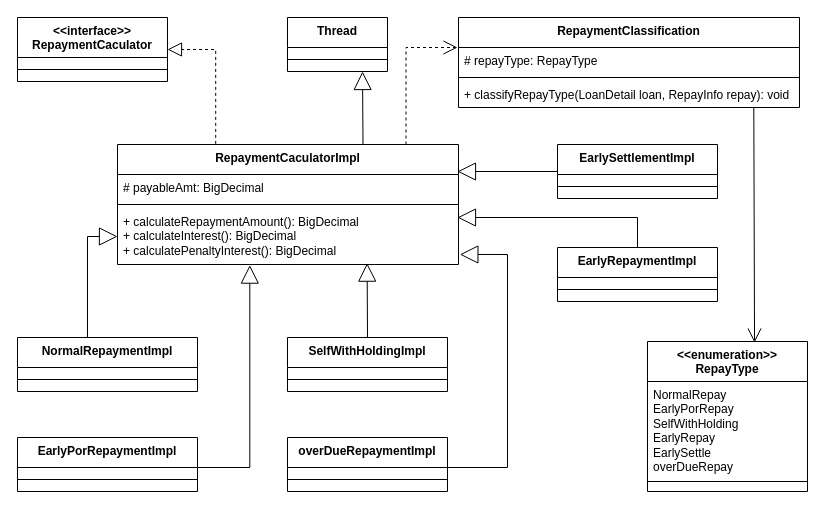
The draw.io diagram 还款试算类图.drawio in wuxiao-web/graduationThesis, before the edit. Source tidied: cells renumbered, new cells numbered last; positions are measured from the earlier drawing's top-left corner, leaving out a move shared by most shapes. Both pictures are drawn from the tidied source at 100%, with x=0, y=0 at pixel (17, 17).
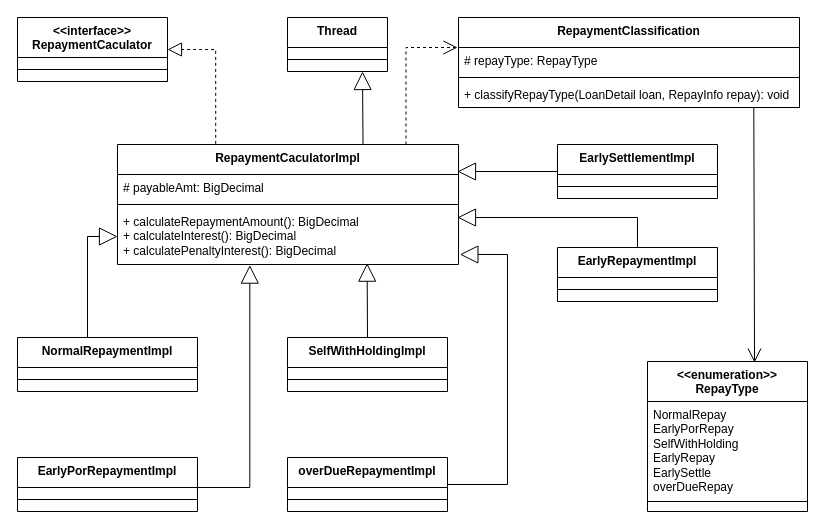
Above is the later version.

Commit message:
更新还款试算类图.drawio

The change refers to these unchanged cells:
```xml
<mxCell id="7" value="+&amp;nbsp;calculateRepaymentAmount(): BigDecimal&lt;br&gt;+ calculateInterest(): BigDecimal&lt;br&gt;+ calculatePenaltyInterest(): BigDecimal" style="text;strokeColor=none;fillColor=none;align=left;verticalAlign=top;spacingLeft=4;spacingRight=4;overflow=hidden;points=[[0,0.5],[1,0.5]];portConstraint=eastwest;whiteSpace=wrap;html=1;" parent="4" vertex="1">
  <mxGeometry y="64" width="341" height="56" as="geometry" />
</mxCell>
```

The edit, as a diff of the source:
```diff
@@
     <mxCell id="17" value="&lt;b style=&quot;border-color: var(--border-color);&quot;&gt;&amp;lt;&amp;lt;enumeration&amp;gt;&amp;gt;&lt;br style=&quot;border-color: var(--border-color);&quot;&gt;RepayType&lt;br&gt;&lt;/b&gt;" style="swimlane;fontStyle=1;align=center;verticalAlign=top;horizontal=1;startSize=40;whiteSpace=wrap;html=1;" parent="1" vertex="1">
-      <mxGeometry x="630" y="324" width="160" height="150" as="geometry" />
+      <mxGeometry x="630" y="344" width="160" height="150" as="geometry" />
     </mxCell>
@@
     <mxCell id="23" value="EarlyPorRepaymentImpl" style="swimlane;fontStyle=1;align=center;verticalAlign=top;horizontal=1;startSize=30;whiteSpace=wrap;html=1;" parent="1" vertex="1">
-      <mxGeometry y="420" width="180" height="54" as="geometry" />
+      <mxGeometry y="440" width="180" height="54" as="geometry" />
     </mxCell>
@@
     <mxCell id="25" style="endArrow=block;endSize=16;endFill=0;html=1;rounded=0;entryX=0.388;entryY=1.011;entryDx=0;entryDy=0;entryPerimeter=0;edgeStyle=orthogonalEdgeStyle;exitX=1;exitY=0.5;exitDx=0;exitDy=0;" parent="1" edge="1" source="23" target="7">
       <mxGeometry relative="1" as="geometry">
         <Array as="points">
-          <mxPoint x="180" y="450" />
-          <mxPoint x="232" y="450" />
+          <mxPoint x="180" y="470" />
+          <mxPoint x="232" y="470" />
         </Array>
       </mxGeometry>
     </mxCell>
@@
     <mxCell id="31" value="overDueRepaymentImpl" style="swimlane;fontStyle=1;align=center;verticalAlign=top;horizontal=1;startSize=30;whiteSpace=wrap;html=1;" parent="1" vertex="1">
-      <mxGeometry x="270" y="420" width="160" height="54" as="geometry" />
+      <mxGeometry x="270" y="440" width="160" height="54" as="geometry" />
     </mxCell>
@@
-    <mxCell id="33" style="endArrow=block;endSize=16;endFill=0;html=1;rounded=0;entryX=1.004;entryY=0.821;entryDx=0;entryDy=0;entryPerimeter=0;edgeStyle=orthogonalEdgeStyle;" parent="1" edge="1" target="7">
+    <mxCell id="33" style="endArrow=block;endSize=16;endFill=0;html=1;rounded=0;entryX=1.004;entryY=0.821;entryDx=0;entryDy=0;entryPerimeter=0;edgeStyle=orthogonalEdgeStyle;exitX=1;exitY=0.5;exitDx=0;exitDy=0;" parent="1" edge="1" source="31" target="7">
       <mxGeometry relative="1" as="geometry">
-        <mxPoint x="430" y="450" as="sourcePoint" />
         <Array as="points">
-          <mxPoint x="490" y="450" />
+          <mxPoint x="490" y="467" />
           <mxPoint x="490" y="237" />
         </Array>
       </mxGeometry>
     </mxCell>
```
